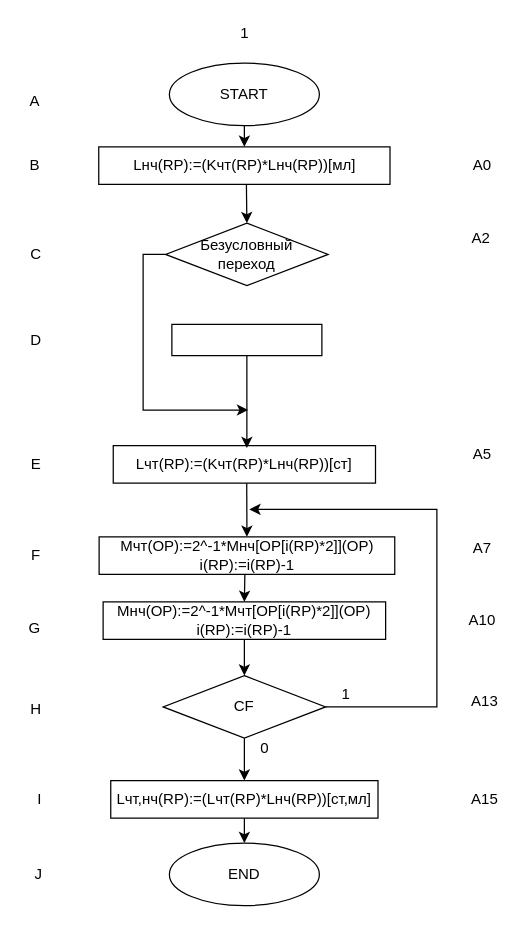
TimurQQ/Workshop keeps this draw.io diagram as test-program_BUK.drawio. Above is the earlier version. Source tidied: cells renumbered, new cells numbered last; positions are measured from the earlier drawing's top-left corner, leaving out a move shared by most shapes. Both pictures are drawn from the tidied source at 125%, with x=0, y=0 at pixel (21, 21).
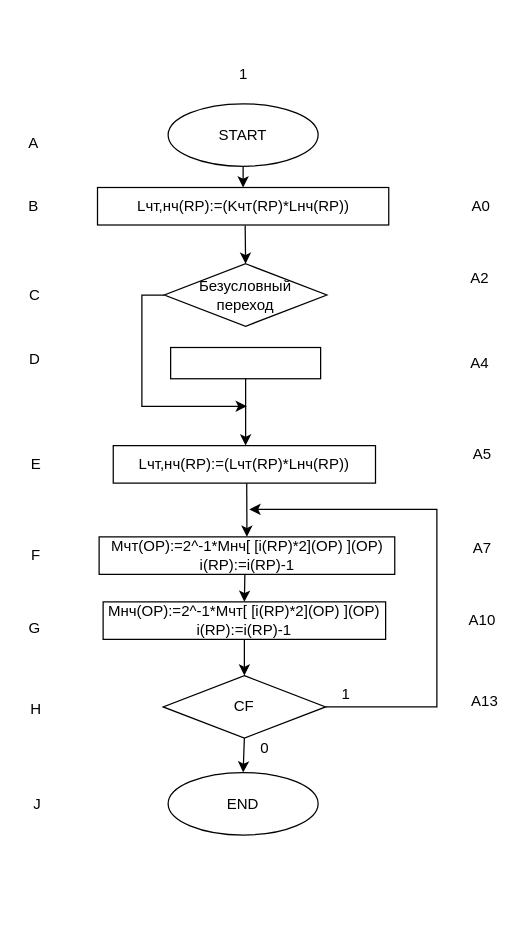
Above is the later version.

Unchanged cells that the change refers to:
```xml
<mxCell id="6" value="CF" style="rhombus;whiteSpace=wrap;html=1;" parent="1" vertex="1">
  <mxGeometry x="113" y="523" width="130" height="50" as="geometry" />
</mxCell>
```

The edit, as a diff of the source:
```diff
@@
-    <mxCell id="2" value="Lнч(RP):=(Kчт(RP)*Lнч(RP))[мл]" style="rounded=0;whiteSpace=wrap;html=1;" parent="1" vertex="1">
-      <mxGeometry x="61.5" y="100" width="233" height="30" as="geometry" />
+    <mxCell id="2" value="Lчт,нч(RP):=(Kчт(RP)*Lнч(RP))" style="rounded=0;whiteSpace=wrap;html=1;" parent="1" vertex="1">
+      <mxGeometry x="60.5" y="132.5" width="233" height="30" as="geometry" />
     </mxCell>
-    <mxCell id="3" value="Mчт(OP):=2^-1*Mнч[OP[i(RP)*2]](OP)&lt;br&gt;i(RP):=i(RP)-1" style="rounded=0;whiteSpace=wrap;html=1;" parent="1" vertex="1">
+    <mxCell id="3" value="Mчт(OP):=2^-1*Mнч[ [i(RP)*2](OP) ](OP)&lt;br&gt;i(RP):=i(RP)-1" style="rounded=0;whiteSpace=wrap;html=1;" parent="1" vertex="1">
       <mxGeometry x="61.8" y="412" width="236.5" height="30" as="geometry" />
     </mxCell>
-    <mxCell id="4" value="Lчт(RP):=(Kчт(RP)*Lнч(RP))[ст]" style="rounded=0;whiteSpace=wrap;html=1;" parent="1" vertex="1">
+    <mxCell id="4" value="Lчт,нч(RP):=(Lчт(RP)*Lнч(RP))" style="rounded=0;whiteSpace=wrap;html=1;" parent="1" vertex="1">
       <mxGeometry x="73.1" y="339" width="209.8" height="30" as="geometry" />
     </mxCell>
-    <mxCell id="5" value="Mнч(OP):=2^-1*Mчт[OP[i(RP)*2]](OP)&lt;br&gt;i(RP):=i(RP)-1" style="rounded=0;whiteSpace=wrap;html=1;" parent="1" vertex="1">
+    <mxCell id="5" value="Mнч(OP):=2^-1*Mчт[ [i(RP)*2](OP) ](OP)&lt;br&gt;i(RP):=i(RP)-1" style="rounded=0;whiteSpace=wrap;html=1;" parent="1" vertex="1">
       <mxGeometry x="65" y="464" width="226" height="30" as="geometry" />
     </mxCell>
@@
     <mxCell id="7" value="Безусловный&lt;br&gt;переход" style="rhombus;whiteSpace=wrap;html=1;" parent="1" vertex="1">
-      <mxGeometry x="115" y="161" width="130" height="50" as="geometry" />
+      <mxGeometry x="114" y="193.5" width="130" height="50" as="geometry" />
     </mxCell>
@@
     <mxCell id="9" value="END" style="ellipse;whiteSpace=wrap;html=1;" parent="1" vertex="1">
-      <mxGeometry x="118" y="657" width="120" height="50" as="geometry" />
+      <mxGeometry x="117" y="600.5" width="120" height="50" as="geometry" />
     </mxCell>
     <mxCell id="10" value="START" style="ellipse;whiteSpace=wrap;html=1;" parent="1" vertex="1">
-      <mxGeometry x="118" y="33" width="120" height="50" as="geometry" />
+      <mxGeometry x="117" y="65.5" width="120" height="50" as="geometry" />
     </mxCell>
     <mxCell id="11" style="rounded=0;whiteSpace=wrap;html=1;" parent="1" vertex="1">
-      <mxGeometry x="120" y="242" width="120" height="25" as="geometry" />
+      <mxGeometry x="119" y="260.5" width="120" height="25" as="geometry" />
     </mxCell>
@@
     <mxCell id="14" style="edgeStyle=elbowEdgeStyle;elbow=horizontal;endArrow=classic;html=1;rounded=0;exitX=0;exitY=0.5;exitDx=0;exitDy=0;" parent="1" edge="1" source="7">
       <mxGeometry relative="1" as="geometry">
-        <mxPoint x="181" y="310.5" as="targetPoint" />
+        <mxPoint x="180" y="307.5" as="targetPoint" />
         <Array as="points">
-          <mxPoint x="97" y="244.5" />
-          <mxPoint x="42" y="213.5" />
-          <mxPoint x="56" y="146.5" />
+          <mxPoint x="96" y="277" />
+          <mxPoint x="41" y="246" />
+          <mxPoint x="55" y="179" />
         </Array>
       </mxGeometry>
     </mxCell>
@@
     <mxCell id="17" value="1" style="text;html=1;align=center;verticalAlign=middle;strokeColor=none;fillColor=none;" parent="1" vertex="1">
-      <mxGeometry x="169.5" width="17" height="18" as="geometry" />
+      <mxGeometry x="168.5" y="32.5" width="17" height="18" as="geometry" />
     </mxCell>
     <mxCell id="18" value="A" style="text;html=1;align=center;verticalAlign=middle;strokeColor=none;fillColor=none;" parent="1" vertex="1">
-      <mxGeometry x="1" y="55" width="18" height="18" as="geometry" />
+      <mxGeometry y="87.5" width="18" height="18" as="geometry" />
     </mxCell>
     <mxCell id="19" value="B" style="text;html=1;align=center;verticalAlign=middle;strokeColor=none;fillColor=none;" parent="1" vertex="1">
-      <mxGeometry x="1" y="106" width="18" height="18" as="geometry" />
+      <mxGeometry y="138.5" width="18" height="18" as="geometry" />
     </mxCell>
     <mxCell id="20" value="C" style="text;html=1;align=center;verticalAlign=middle;strokeColor=none;fillColor=none;" parent="1" vertex="1">
-      <mxGeometry x="1" y="177" width="19" height="18" as="geometry" />
+      <mxGeometry y="209.5" width="19" height="18" as="geometry" />
     </mxCell>
     <mxCell id="21" value="D" style="text;html=1;align=center;verticalAlign=middle;strokeColor=none;fillColor=none;" parent="1" vertex="1">
-      <mxGeometry x="1" y="245.5" width="19" height="18" as="geometry" />
+      <mxGeometry y="260.5" width="19" height="18" as="geometry" />
     </mxCell>
@@
     <mxCell id="26" value="A0" style="text;html=1;align=center;verticalAlign=middle;strokeColor=none;fillColor=none;" parent="1" vertex="1">
-      <mxGeometry x="355" y="106" width="25" height="18" as="geometry" />
+      <mxGeometry x="354" y="138.5" width="25" height="18" as="geometry" />
     </mxCell>
     <mxCell id="27" value="A2" style="text;html=1;align=center;verticalAlign=middle;strokeColor=none;fillColor=none;" parent="1" vertex="1">
-      <mxGeometry x="354.5" y="163.5" width="25" height="18" as="geometry" />
+      <mxGeometry x="353.5" y="196" width="25" height="18" as="geometry" />
     </mxCell>
@@
-    <mxCell id="32" value="I" style="text;html=1;align=center;verticalAlign=middle;strokeColor=none;fillColor=none;" parent="1" vertex="1">
-      <mxGeometry x="7.5" y="613" width="13" height="18" as="geometry" />
-    </mxCell>
-    <mxCell id="33" value="Lчт,нч(RP):=(Lчт(RP)*Lнч(RP))[ст,мл]" style="rounded=0;whiteSpace=wrap;html=1;" parent="1" vertex="1">
-      <mxGeometry x="71.1" y="607" width="213.8" height="30" as="geometry" />
-    </mxCell>
-    <mxCell id="34" value="A15" style="text;html=1;align=center;verticalAlign=middle;strokeColor=none;fillColor=none;" parent="1" vertex="1">
-      <mxGeometry x="354" y="613" width="31" height="18" as="geometry" />
-    </mxCell>
@@
     <mxCell id="36" style="endArrow=classic;html=1;rounded=0;exitX=0.5;exitY=1;exitDx=0;exitDy=0;" parent="1" edge="1" source="11">
       <mxGeometry relative="1" as="geometry">
-        <mxPoint x="180" y="341" as="targetPoint" />
+        <mxPoint x="179" y="339" as="targetPoint" />
       </mxGeometry>
     </mxCell>
@@
-    <mxCell id="39" style="endArrow=classic;html=1;rounded=0;exitX=0.5;exitY=1;exitDx=0;exitDy=0;entryX=0.5;entryY=0;entryDx=0;entryDy=0;" parent="1" edge="1" source="6" target="33">
+    <mxCell id="39" style="endArrow=classic;html=1;rounded=0;exitX=0.5;exitY=1;exitDx=0;exitDy=0;entryX=0.5;entryY=0;entryDx=0;entryDy=0;" parent="1" edge="1" source="6" target="9">
       <mxGeometry relative="1" as="geometry" />
     </mxCell>
-    <mxCell id="40" style="endArrow=classic;html=1;rounded=0;exitX=0.5;exitY=1;exitDx=0;exitDy=0;entryX=0.5;entryY=0;entryDx=0;entryDy=0;" parent="1" edge="1" source="33" target="9">
-      <mxGeometry relative="1" as="geometry" />
-    </mxCell>
     <mxCell id="41" value="J" style="text;html=1;align=center;verticalAlign=middle;strokeColor=none;fillColor=none;" parent="1" vertex="1">
-      <mxGeometry x="5" y="673" width="16" height="18" as="geometry" />
+      <mxGeometry x="4" y="616.5" width="16" height="18" as="geometry" />
     </mxCell>
+    <mxCell id="42" value="A4" style="text;html=1;align=center;verticalAlign=middle;strokeColor=none;fillColor=none;" parent="1" vertex="1">
+      <mxGeometry x="353" y="264" width="25" height="18" as="geometry" />
+    </mxCell>
```
